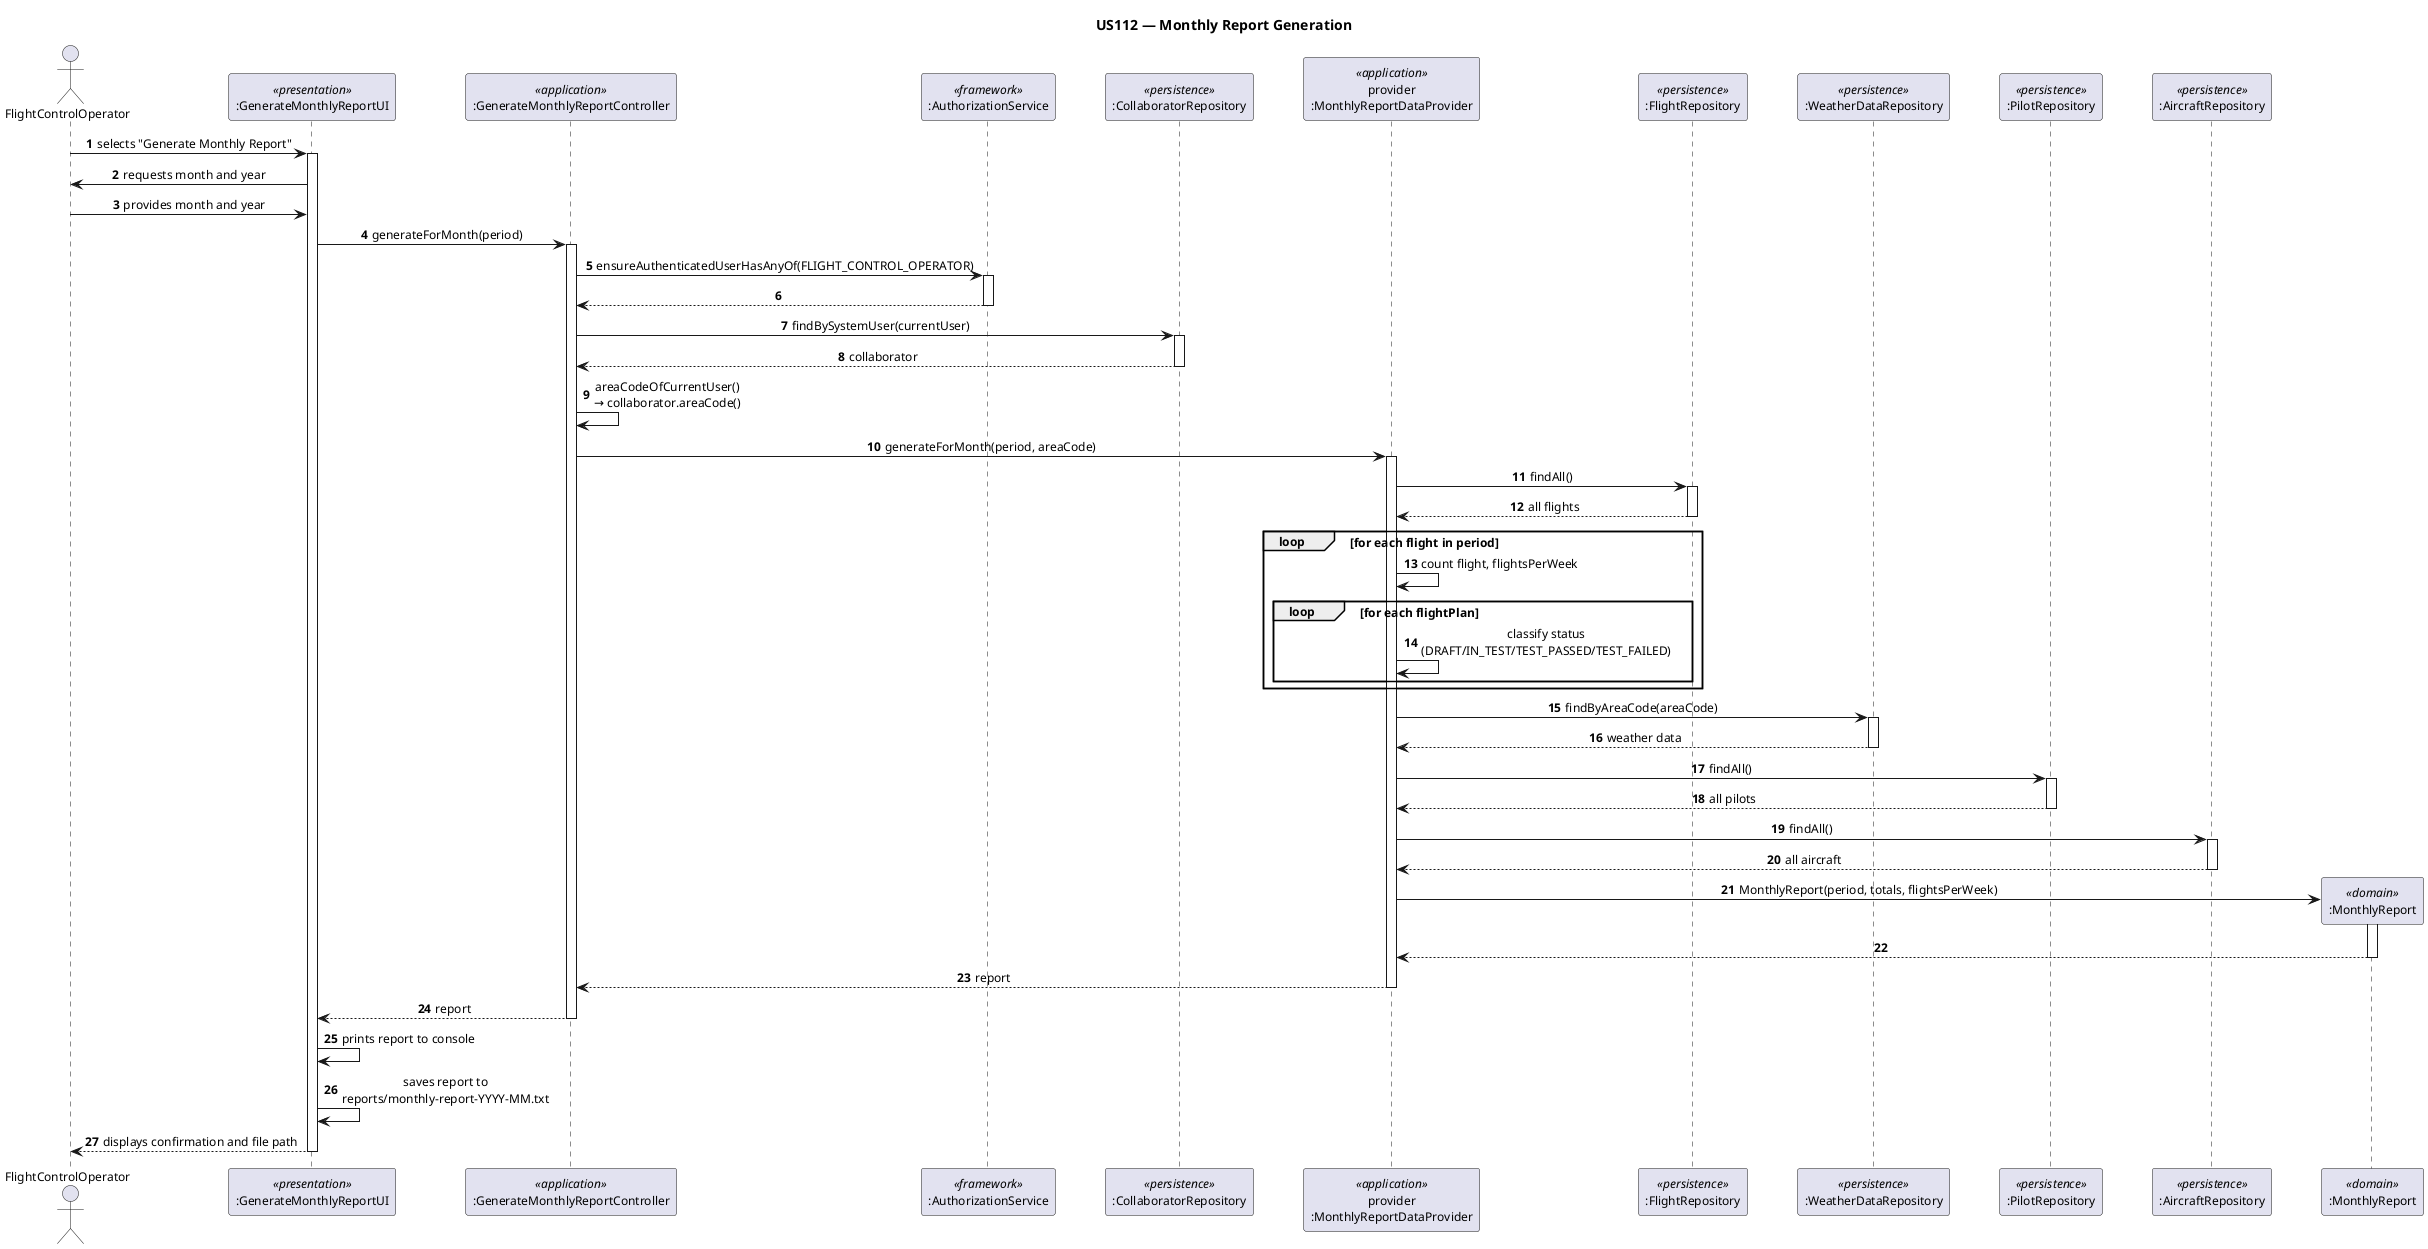
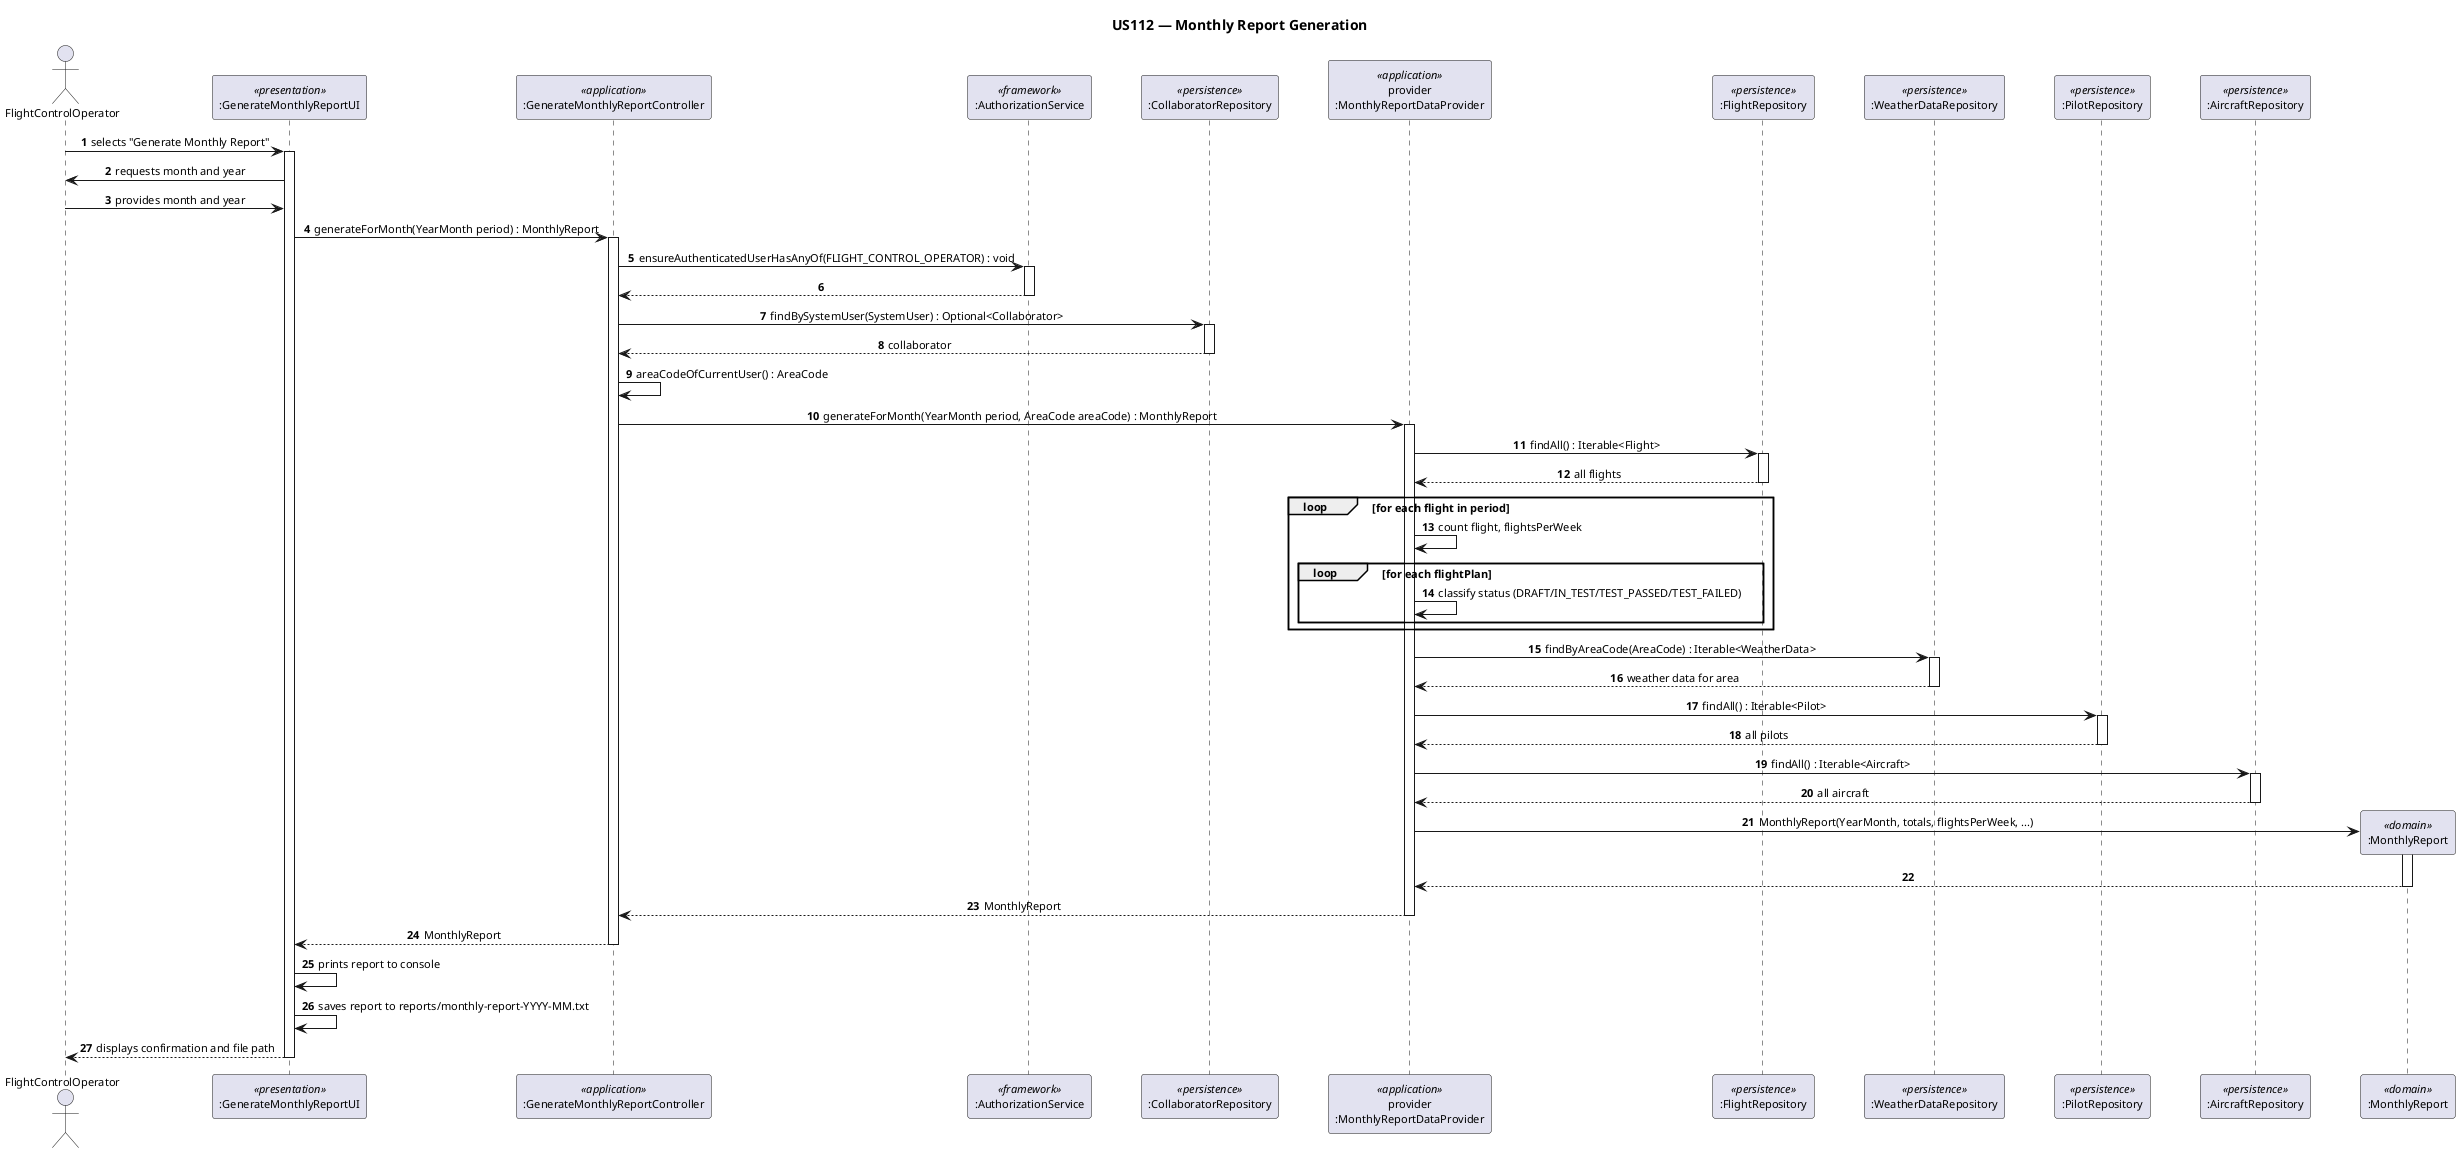
@startuml sd_us112_monthly_report_generation
title US112 — Monthly Report Generation

skinparam sequenceMessageAlign center
skinparam defaultFontName Arial
- skinparam defaultFontSize 12
+ skinparam defaultFontSize 11
skinparam ParticipantPadding 20

autonumber

actor "FlightControlOperator" as actor
participant ":GenerateMonthlyReportUI"        as ui        <<presentation>>
participant ":GenerateMonthlyReportController" as ctrl     <<application>>
participant ":AuthorizationService"           as authz     <<framework>>
participant ":CollaboratorRepository"         as collabRepo <<persistence>>
participant "provider\n:MonthlyReportDataProvider" as provider <<application>>
participant ":FlightRepository"               as flightRepo <<persistence>>
participant ":WeatherDataRepository"          as wdRepo    <<persistence>>
participant ":PilotRepository"                as pilotRepo <<persistence>>
participant ":AircraftRepository"             as acRepo    <<persistence>>
participant ":MonthlyReport"                  as report    <<domain>>

actor -> ui : selects "Generate Monthly Report"
activate ui

ui -> actor : requests month and year
actor -> ui : provides month and year

- ui -> ctrl : generateForMonth(period)
+ ui -> ctrl : generateForMonth(YearMonth period) : MonthlyReport
activate ctrl

- ctrl -> authz : ensureAuthenticatedUserHasAnyOf(FLIGHT_CONTROL_OPERATOR)
+ ctrl -> authz : ensureAuthenticatedUserHasAnyOf(FLIGHT_CONTROL_OPERATOR) : void
activate authz
authz --> ctrl
deactivate authz

- ctrl -> collabRepo : findBySystemUser(currentUser)
+ ctrl -> collabRepo : findBySystemUser(SystemUser) : Optional<Collaborator>
activate collabRepo
collabRepo --> ctrl : collaborator
deactivate collabRepo

- ctrl -> ctrl : areaCodeOfCurrentUser()\n→ collaborator.areaCode()
- 
- ctrl -> provider : generateForMonth(period, areaCode)
+ ctrl -> ctrl : areaCodeOfCurrentUser() : AreaCode
+ ctrl -> provider : generateForMonth(YearMonth period, AreaCode areaCode) : MonthlyReport
activate provider

- provider -> flightRepo : findAll()
+ provider -> flightRepo : findAll() : Iterable<Flight>
activate flightRepo
flightRepo --> provider : all flights
deactivate flightRepo

loop for each flight in period
    provider -> provider : count flight, flightsPerWeek
    loop for each flightPlan
-         provider -> provider : classify status\n(DRAFT/IN_TEST/TEST_PASSED/TEST_FAILED)
+         provider -> provider : classify status (DRAFT/IN_TEST/TEST_PASSED/TEST_FAILED)
    end
end

- provider -> wdRepo : findByAreaCode(areaCode)
+ provider -> wdRepo : findByAreaCode(AreaCode) : Iterable<WeatherData>
activate wdRepo
- wdRepo --> provider : weather data
+ wdRepo --> provider : weather data for area
deactivate wdRepo

- provider -> pilotRepo : findAll()
+ provider -> pilotRepo : findAll() : Iterable<Pilot>
activate pilotRepo
pilotRepo --> provider : all pilots
deactivate pilotRepo

- provider -> acRepo : findAll()
+ provider -> acRepo : findAll() : Iterable<Aircraft>
activate acRepo
acRepo --> provider : all aircraft
deactivate acRepo

create report
- provider -> report : MonthlyReport(period, totals, flightsPerWeek)
+ provider -> report : MonthlyReport(YearMonth, totals, flightsPerWeek, ...)
activate report
report --> provider
deactivate report

- provider --> ctrl : report
+ provider --> ctrl : MonthlyReport
deactivate provider

- ctrl --> ui : report
+ ctrl --> ui : MonthlyReport
deactivate ctrl

ui -> ui : prints report to console
- 
- ui -> ui : saves report to\nreports/monthly-report-YYYY-MM.txt
+ ui -> ui : saves report to reports/monthly-report-YYYY-MM.txt

ui --> actor : displays confirmation and file path
deactivate ui

- @enduml
+ @enduml